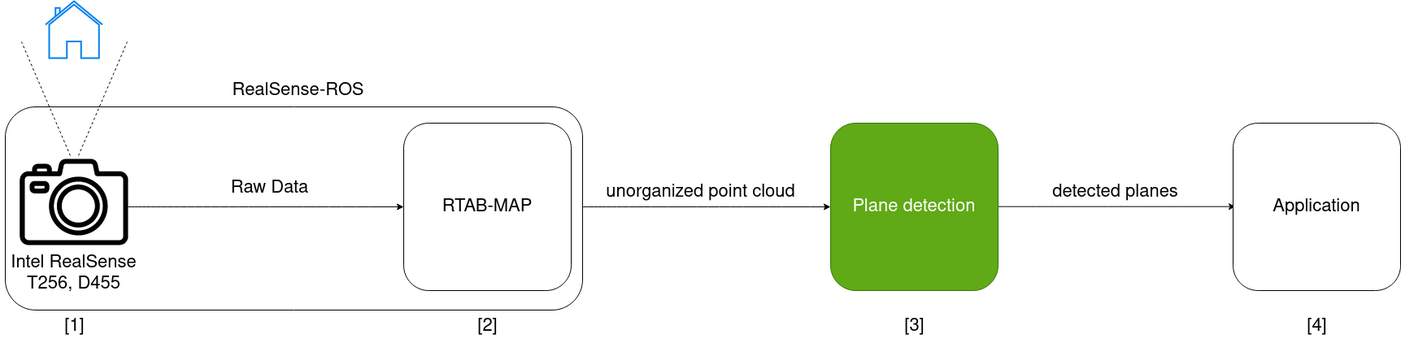
Above: Document/images/concept_specific.png in rocketman123456/Comparison-of-Real-Time-Plane-Detection-Algorithms (draw.io), before the change. Source tidied: cells renumbered, new cells last; positions are measured from the earlier drawing's top-left corner, leaving out a move shared by most shapes.
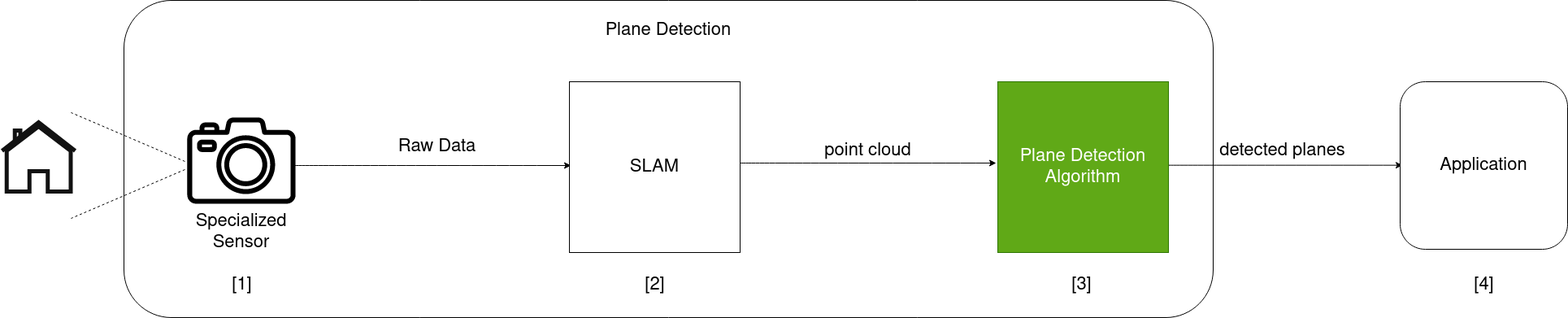
Above is the later version.

What changed in the source:
```diff
@@ -2,82 +2,87 @@
   <root>
     <mxCell id="0" />
     <mxCell id="1" parent="0" />
-    <mxCell id="2" style="rounded=1;whiteSpace=wrap;html=1;labelBackgroundColor=none;fillStyle=auto;strokeWidth=1;fontSize=22;gradientDirection=radial;" parent="1" vertex="1">
-      <mxGeometry x="6" y="130" width="710" height="250" as="geometry" />
+    <mxCell id="2" value="&lt;div&gt;Plane Detection&lt;/div&gt;&lt;div&gt;&lt;br&gt;&lt;/div&gt;&lt;div&gt;&lt;br&gt;&lt;/div&gt;&lt;div&gt;&lt;br&gt;&lt;/div&gt;&lt;div&gt;&lt;br&gt;&lt;/div&gt;&lt;div&gt;&lt;br&gt;&lt;/div&gt;&lt;div&gt;&lt;br&gt;&lt;/div&gt;&lt;div&gt;&lt;br&gt;&lt;/div&gt;&lt;div&gt;&lt;br&gt;&lt;/div&gt;&lt;div&gt;&lt;br&gt;&lt;/div&gt;&lt;div&gt;&lt;br&gt;&lt;/div&gt;&lt;div&gt;&lt;br&gt;&lt;/div&gt;&lt;div&gt;&lt;br&gt;&lt;/div&gt;" style="rounded=1;whiteSpace=wrap;html=1;fontSize=22;" parent="1" vertex="1">
+      <mxGeometry x="-54" y="50" width="1340" height="390" as="geometry" />
     </mxCell>
-    <mxCell id="3" style="edgeStyle=orthogonalEdgeStyle;rounded=1;jettySize=auto;html=1;entryX=0;entryY=0.5;entryDx=0;entryDy=0;curved=1;" parent="1" edge="1" target="5">
+    <mxCell id="3" style="edgeStyle=orthogonalEdgeStyle;rounded=1;orthogonalLoop=1;jettySize=auto;html=1;entryX=0;entryY=0.5;entryDx=0;entryDy=0;curved=1;" parent="1" edge="1">
       <mxGeometry relative="1" as="geometry">
         <mxPoint x="155" y="253" as="sourcePoint" />
+        <mxPoint x="496" y="253" as="targetPoint" />
         <Array as="points">
           <mxPoint x="196" y="253" />
           <mxPoint x="196" y="253" />
         </Array>
       </mxGeometry>
     </mxCell>
-    <mxCell id="4" style="edgeStyle=orthogonalEdgeStyle;rounded=1;jettySize=auto;html=1;entryX=0;entryY=0.5;entryDx=0;entryDy=0;curved=1;" parent="1" edge="1" target="12">
+    <mxCell id="4" style="edgeStyle=orthogonalEdgeStyle;rounded=1;orthogonalLoop=1;jettySize=auto;html=1;curved=1;" parent="1" edge="1">
       <mxGeometry relative="1" as="geometry">
-        <mxPoint x="716" y="253" as="sourcePoint" />
+        <mxPoint x="703.5" y="250" as="sourcePoint" />
+        <mxPoint x="1019" y="250" as="targetPoint" />
+        <Array as="points">
+          <mxPoint x="1019" y="250" />
+        </Array>
       </mxGeometry>
     </mxCell>
-    <mxCell id="5" value="RTAB-MAP" style="whiteSpace=wrap;html=1;rounded=1;shadow=0;glass=0;fontSize=22;" parent="1" vertex="1">
-      <mxGeometry x="496" y="150" width="206" height="206" as="geometry" />
+    <mxCell id="5" value="&lt;div style=&quot;font-size: 22px;&quot;&gt;Raw Data&lt;/div&gt;" style="text;html=1;align=center;verticalAlign=middle;points=[];strokeColor=none;fillColor=none;rotation=0;rounded=1;fontSize=22;" parent="1" vertex="1">
+      <mxGeometry x="271" y="210" width="120" height="40" as="geometry" />
     </mxCell>
-    <mxCell id="6" value="&lt;div style=&quot;font-size: 22px;&quot;&gt;Raw Data&lt;/div&gt;" style="text;html=1;align=center;verticalAlign=middle;strokeColor=none;fillColor=none;rotation=0;rounded=1;fontSize=22;" parent="1" vertex="1">
-      <mxGeometry x="271" y="210" width="120" height="40" as="geometry" />
+    <mxCell id="6" style="edgeStyle=orthogonalEdgeStyle;rounded=1;orthogonalLoop=1;jettySize=auto;html=1;exitX=1;exitY=0.5;exitDx=0;exitDy=0;curved=1;" parent="1" edge="1">
+      <mxGeometry relative="1" as="geometry">
+        <mxPoint x="1227" y="252.7" as="sourcePoint" />
+        <mxPoint x="1519" y="252.7" as="targetPoint" />
+      </mxGeometry>
     </mxCell>
-    <mxCell id="7" style="endArrow=none;dashed=1;html=1;rounded=1;curved=1;" parent="1" edge="1">
-      <mxGeometry relative="1" as="geometry">
-        <mxPoint x="96" y="190" as="sourcePoint" />
-        <mxPoint x="156" y="50" as="targetPoint" />
-      </mxGeometry>
+    <mxCell id="7" value="&lt;div style=&quot;font-size: 22px;&quot;&gt;point cloud&lt;/div&gt;" style="text;html=1;align=center;verticalAlign=middle;strokeColor=none;fillColor=none;rounded=1;fontSize=22;" parent="1" vertex="1">
+      <mxGeometry x="796" y="215" width="130" height="40" as="geometry" />
     </mxCell>
-    <mxCell id="8" style="endArrow=none;dashed=1;html=1;rounded=1;curved=1;" parent="1" edge="1">
-      <mxGeometry relative="1" as="geometry">
-        <mxPoint x="86" y="190" as="sourcePoint" />
-        <mxPoint x="26" y="50" as="targetPoint" />
-      </mxGeometry>
+    <mxCell id="8" value="&lt;div style=&quot;font-size: 22px;&quot;&gt;detected planes&lt;/div&gt;" style="text;html=1;align=center;verticalAlign=middle;strokeColor=none;fillColor=none;rounded=1;fontSize=22;" parent="1" vertex="1">
+      <mxGeometry x="1281" y="215" width="180" height="40" as="geometry" />
     </mxCell>
-    <mxCell id="9" style="edgeStyle=orthogonalEdgeStyle;rounded=1;orthogonalLoop=1;jettySize=auto;html=1;exitX=1;exitY=0.5;exitDx=0;exitDy=0;curved=1;" parent="1" edge="1">
-      <mxGeometry relative="1" as="geometry">
-        <mxPoint x="1227" y="252.7" as="sourcePoint" />
-        <mxPoint x="1519" y="252.7" as="targetPoint" />
-      </mxGeometry>
+    <mxCell id="9" value="Application" style="whiteSpace=wrap;html=1;rounded=1;fontSize=22;" parent="1" vertex="1">
+      <mxGeometry x="1516" y="150" width="206" height="206" as="geometry" />
     </mxCell>
-    <mxCell id="10" value="&lt;div style=&quot;font-size: 22px;&quot;&gt;unorganized point cloud&lt;/div&gt;" style="text;html=1;align=center;verticalAlign=middle;strokeColor=none;fillColor=none;rounded=1;fontSize=22;" parent="1" vertex="1">
-      <mxGeometry x="731" y="215" width="260" height="40" as="geometry" />
+    <mxCell id="10" style="html=1;verticalLabelPosition=bottom;align=center;labelBackgroundColor=#ffffff;verticalAlign=top;strokeWidth=5;shadow=0;dashed=0;shape=mxgraph.ios7.icons.home;fontSize=16;strokeColor=#121212;gradientColor=none;fillColor=none;" parent="1" vertex="1">
+      <mxGeometry x="-204" y="200" width="90" height="85" as="geometry" />
     </mxCell>
-    <mxCell id="11" value="&lt;div style=&quot;font-size: 22px;&quot;&gt;detected planes&lt;/div&gt;" style="text;html=1;align=center;verticalAlign=middle;strokeColor=none;fillColor=none;rounded=1;fontSize=22;" parent="1" vertex="1">
-      <mxGeometry x="1281" y="215" width="180" height="40" as="geometry" />
+    <mxCell id="11" value="&lt;div&gt;[1]&lt;/div&gt;" style="text;html=1;align=center;verticalAlign=middle;strokeColor=none;fillColor=none;fontSize=22;" parent="1" vertex="1">
+      <mxGeometry x="65.5" y="380" width="50" height="40" as="geometry" />
     </mxCell>
-    <mxCell id="12" value="&lt;font style=&quot;font-size: 22px;&quot;&gt;Plane detection&lt;/font&gt;" style="whiteSpace=wrap;html=1;rounded=1;fillColor=#60a917;strokeColor=#2D7600;fontColor=#ffffff;fontSize=22;" parent="1" vertex="1">
-      <mxGeometry x="1021" y="150" width="206" height="206" as="geometry" />
+    <mxCell id="12" value="&lt;div&gt;[2]&lt;/div&gt;" style="text;html=1;align=center;verticalAlign=middle;points=[];strokeColor=none;fillColor=none;fontSize=22;" parent="1" vertex="1">
+      <mxGeometry x="574" y="380" width="50" height="40" as="geometry" />
     </mxCell>
-    <mxCell id="13" value="Application" style="whiteSpace=wrap;html=1;rounded=1;fontSize=22;" parent="1" vertex="1">
-      <mxGeometry x="1516" y="150" width="206" height="206" as="geometry" />
+    <mxCell id="13" value="&lt;div&gt;[3]&lt;/div&gt;" style="text;html=1;align=center;verticalAlign=middle;strokeColor=none;fillColor=none;fontSize=22;" parent="1" vertex="1">
+      <mxGeometry x="1099" y="380" width="50" height="40" as="geometry" />
     </mxCell>
-    <mxCell id="14" style="html=1;verticalLabelPosition=bottom;align=center;labelBackgroundColor=#ffffff;verticalAlign=top;strokeWidth=2;strokeColor=#0080F0;shadow=0;dashed=0;shape=mxgraph.ios7.icons.home;fontSize=16;" parent="1" vertex="1">
-      <mxGeometry x="55.5" width="70" height="70" as="geometry" />
+    <mxCell id="14" value="&lt;div&gt;[4]&lt;/div&gt;" style="text;html=1;align=center;verticalAlign=middle;strokeColor=none;fillColor=none;fontSize=22;" parent="1" vertex="1">
+      <mxGeometry x="1594" y="380" width="50" height="40" as="geometry" />
     </mxCell>
-    <mxCell id="15" value="&lt;div&gt;[1]&lt;/div&gt;" style="text;html=1;align=center;verticalAlign=middle;strokeColor=none;fillColor=none;fontSize=22;" parent="1" vertex="1">
-      <mxGeometry x="65.5" y="380" width="50" height="40" as="geometry" />
+    <mxCell id="15" style="sketch=0;fontColor=#232F3E;gradientColor=none;fillColor=#000000;strokeColor=none;dashed=0;verticalLabelPosition=bottom;verticalAlign=top;align=center;html=1;fontSize=12;fontStyle=0;shape=mxgraph.aws4.camera2;labelBackgroundColor=none;fillStyle=solid;strokeWidth=1;" parent="1" vertex="1">
+      <mxGeometry x="23.8" y="194" width="133.3" height="106" as="geometry" />
     </mxCell>
-    <mxCell id="16" value="&lt;div&gt;[2]&lt;/div&gt;" style="text;html=1;align=center;verticalAlign=middle;strokeColor=none;fillColor=none;fontSize=22;" parent="1" vertex="1">
-      <mxGeometry x="574" y="380" width="50" height="40" as="geometry" />
+    <mxCell id="16" value="&lt;div&gt;Specialized&lt;/div&gt;&lt;div&gt;Sensor&lt;br&gt;&lt;/div&gt;" style="text;html=1;align=center;verticalAlign=middle;strokeColor=none;fillColor=none;fontSize=22;fontColor=#fffff;" parent="1" vertex="1">
+      <mxGeometry x="20.5" y="300" width="140" height="70" as="geometry" />
     </mxCell>
-    <mxCell id="17" value="&lt;div&gt;[3]&lt;/div&gt;" style="text;html=1;align=center;verticalAlign=middle;strokeColor=none;fillColor=none;fontSize=22;" parent="1" vertex="1">
-      <mxGeometry x="1099" y="380" width="50" height="40" as="geometry" />
+    <mxCell id="17" value="&lt;div&gt;Plane Detection&lt;/div&gt;&lt;div&gt;Algorithm&lt;br&gt;&lt;/div&gt;" style="whiteSpace=wrap;html=1;fontSize=22;fillColor=#60a917;fontColor=#ffffff;strokeColor=#2D7600;" parent="1" vertex="1">
+      <mxGeometry x="1021" y="150" width="210" height="210" as="geometry" />
     </mxCell>
-    <mxCell id="18" value="&lt;div&gt;[4]&lt;/div&gt;" style="text;html=1;align=center;verticalAlign=middle;strokeColor=none;fillColor=none;fontSize=22;" parent="1" vertex="1">
-      <mxGeometry x="1594" y="380" width="50" height="40" as="geometry" />
+    <mxCell id="18" value="SLAM" style="whiteSpace=wrap;html=1;fontSize=22;" parent="1" vertex="1">
+      <mxGeometry x="494" y="150" width="210" height="210" as="geometry" />
     </mxCell>
-    <mxCell id="19" value="&lt;div&gt;RealSense-ROS&lt;/div&gt;" style="text;html=1;align=center;verticalAlign=middle;strokeColor=none;fillColor=none;fontSize=22;" parent="1" vertex="1">
-      <mxGeometry x="271" y="90" width="190" height="40" as="geometry" />
+    <mxCell id="19" style="group;rotation=-90;" parent="1" vertex="1">
+      <mxGeometry x="-114" y="183" width="130" height="140" as="geometry" />
     </mxCell>
-    <mxCell id="20" style="sketch=0;fontColor=#232F3E;gradientColor=none;fillColor=#000000;strokeColor=none;dashed=0;verticalLabelPosition=bottom;verticalAlign=top;align=center;html=1;fontSize=12;fontStyle=0;shape=mxgraph.aws4.camera2;labelBackgroundColor=none;fillStyle=solid;strokeWidth=1;" parent="1" vertex="1">
-      <mxGeometry x="23.8" y="194" width="133.3" height="106" as="geometry" />
+    <mxCell id="20" style="endArrow=none;dashed=1;html=1;rounded=1;curved=1;" parent="19" edge="1">
+      <mxGeometry relative="1" as="geometry">
+        <mxPoint x="135" y="65" as="sourcePoint" />
+        <mxPoint x="-5" y="5" as="targetPoint" />
+      </mxGeometry>
     </mxCell>
-    <mxCell id="21" value="&lt;div&gt;Intel RealSense&lt;/div&gt;&lt;div&gt;T256, D455&lt;br&gt;&lt;/div&gt;" style="text;html=1;align=center;verticalAlign=middle;strokeColor=none;fillColor=none;fontSize=22;fontColor=#fffff;" parent="1" vertex="1">
-      <mxGeometry x="0.5" y="300" width="180" height="70" as="geometry" />
+    <mxCell id="21" style="endArrow=none;dashed=1;html=1;rounded=1;curved=1;" parent="19" edge="1">
+      <mxGeometry relative="1" as="geometry">
+        <mxPoint x="135" y="75" as="sourcePoint" />
+        <mxPoint x="-5" y="135" as="targetPoint" />
+      </mxGeometry>
     </mxCell>
   </root>
 </mxGraphModel>
```
